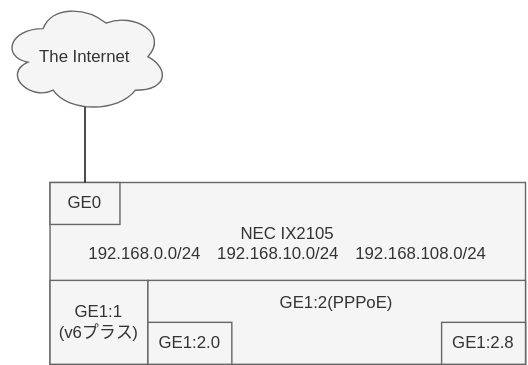
This is diagrams/software.drawio.svg from launchpencil/lp-infra, a draw.io export, as it was before one commit. Source tidied: cells renumbered, new cells last; positions are measured from the earlier drawing's top-left corner, leaving out a move shared by most shapes.
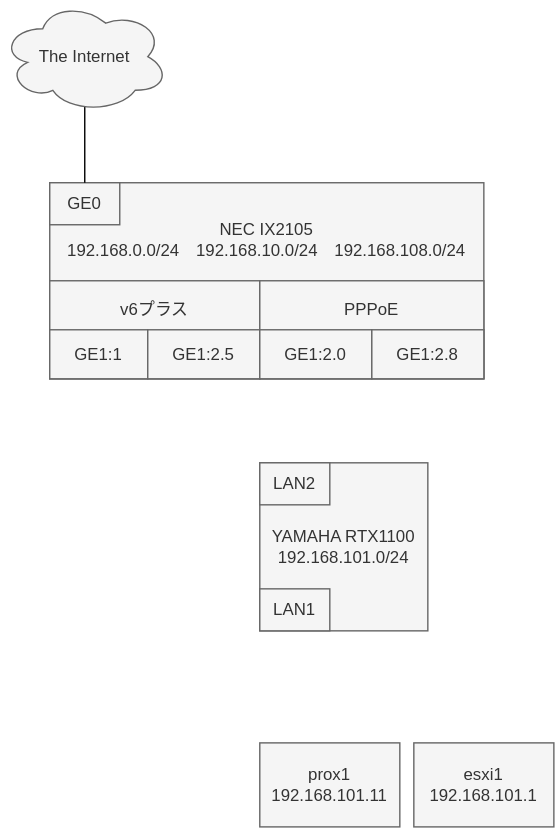
After the commit.

Diff of the diagram source:
```diff
@@ -2,8 +2,8 @@
   <root>
     <mxCell id="0" />
     <mxCell id="1" parent="0" />
-    <mxCell id="2" value="&lt;div&gt;&lt;span&gt;NEC IX2105&lt;/span&gt;&lt;/div&gt;192.168.0.0/24　192.168.10.0/24　192.168.108.0/24&lt;br&gt;&lt;br&gt;&lt;br&gt;&lt;br&gt;" style="rounded=0;whiteSpace=wrap;html=1;fillColor=#f5f5f5;strokeColor=#666666;fontColor=#333333;align=center;" parent="1" vertex="1">
-      <mxGeometry x="35" y="130" width="340" height="130" as="geometry" />
+    <mxCell id="2" value="&lt;div&gt;&lt;span&gt;NEC IX2105&lt;/span&gt;&lt;/div&gt;192.168.0.0/24　192.168.10.0/24　192.168.108.0/24&lt;br&gt;&lt;br&gt;&lt;br&gt;&lt;br&gt;&lt;br&gt;" style="rounded=0;whiteSpace=wrap;html=1;fillColor=#f5f5f5;strokeColor=#666666;fontColor=#333333;align=center;" parent="1" vertex="1">
+      <mxGeometry x="35" y="130" width="310" height="140" as="geometry" />
     </mxCell>
     <mxCell id="3" value="GE0" style="rounded=0;whiteSpace=wrap;html=1;fillColor=#f5f5f5;fontColor=#333333;strokeColor=#666666;" parent="1" vertex="1">
       <mxGeometry x="35" y="130" width="50" height="30" as="geometry" />
@@ -16,17 +16,38 @@
     <mxCell id="5" value="The Internet" style="ellipse;shape=cloud;whiteSpace=wrap;html=1;fillColor=#f5f5f5;fontColor=#333333;strokeColor=#666666;" parent="1" vertex="1">
       <mxGeometry width="120" height="80" as="geometry" />
     </mxCell>
-    <mxCell id="6" value="GE1:1&lt;br&gt;(v6プラス)" style="rounded=0;whiteSpace=wrap;html=1;fillColor=#f5f5f5;fontColor=#333333;strokeColor=#666666;" parent="1" vertex="1">
-      <mxGeometry x="35" y="200" width="70" height="60" as="geometry" />
+    <mxCell id="6" value="v6プラス&lt;br&gt;&lt;br&gt;&lt;br&gt;" style="rounded=0;whiteSpace=wrap;html=1;fillColor=#f5f5f5;fontColor=#333333;strokeColor=#666666;" parent="1" vertex="1">
+      <mxGeometry x="35" y="200" width="150" height="70" as="geometry" />
     </mxCell>
+    <mxCell id="10" value="GE1:1" style="rounded=0;whiteSpace=wrap;html=1;fillColor=#f5f5f5;fontColor=#333333;strokeColor=#666666;" parent="6" vertex="1">
+      <mxGeometry y="35" width="70" height="35" as="geometry" />
+    </mxCell>
+    <mxCell id="11" value="GE1:2.5" style="rounded=0;whiteSpace=wrap;html=1;fillColor=#f5f5f5;fontColor=#333333;strokeColor=#666666;" parent="6" vertex="1">
+      <mxGeometry x="70" y="35" width="80" height="35" as="geometry" />
+    </mxCell>
-    <mxCell id="7" value="GE1:2(PPPoE)&lt;br&gt;&lt;br&gt;&lt;br&gt;" style="rounded=0;whiteSpace=wrap;html=1;fillColor=#f5f5f5;fontColor=#333333;strokeColor=#666666;" parent="1" vertex="1">
-      <mxGeometry x="105" y="200" width="270" height="60" as="geometry" />
+    <mxCell id="7" value="PPPoE&lt;br&gt;&lt;br&gt;&lt;br&gt;" style="rounded=0;whiteSpace=wrap;html=1;fillColor=#f5f5f5;fontColor=#333333;strokeColor=#666666;" parent="1" vertex="1">
+      <mxGeometry x="185" y="200" width="160" height="70" as="geometry" />
     </mxCell>
     <mxCell id="8" value="GE1:2.0" style="rounded=0;whiteSpace=wrap;html=1;fillColor=#f5f5f5;fontColor=#333333;strokeColor=#666666;" parent="7" vertex="1">
-      <mxGeometry y="30" width="60" height="30" as="geometry" />
+      <mxGeometry y="35" width="80" height="35" as="geometry" />
     </mxCell>
     <mxCell id="9" value="GE1:2.8" style="rounded=0;whiteSpace=wrap;html=1;fillColor=#f5f5f5;fontColor=#333333;strokeColor=#666666;" parent="7" vertex="1">
-      <mxGeometry x="210" y="30" width="60" height="30" as="geometry" />
+      <mxGeometry x="80" y="35" width="80" height="35" as="geometry" />
     </mxCell>
+    <mxCell id="12" value="YAMAHA RTX1100&lt;br&gt;192.168.101.0/24" style="rounded=0;whiteSpace=wrap;html=1;fillColor=#f5f5f5;fontColor=#333333;strokeColor=#666666;" parent="1" vertex="1">
+      <mxGeometry x="185" y="330" width="120" height="120" as="geometry" />
+    </mxCell>
+    <mxCell id="13" value="LAN2" style="rounded=0;whiteSpace=wrap;html=1;fillColor=#f5f5f5;fontColor=#333333;strokeColor=#666666;" parent="1" vertex="1">
+      <mxGeometry x="185" y="330" width="50" height="30" as="geometry" />
+    </mxCell>
+    <mxCell id="14" value="LAN1" style="rounded=0;whiteSpace=wrap;html=1;fillColor=#f5f5f5;fontColor=#333333;strokeColor=#666666;" parent="1" vertex="1">
+      <mxGeometry x="185" y="420" width="50" height="30" as="geometry" />
+    </mxCell>
+    <mxCell id="15" value="prox1&lt;br&gt;192.168.101.11" style="rounded=0;whiteSpace=wrap;html=1;fillColor=#f5f5f5;fontColor=#333333;strokeColor=#666666;" parent="1" vertex="1">
+      <mxGeometry x="185" y="530" width="100" height="60" as="geometry" />
+    </mxCell>
+    <mxCell id="16" value="esxi1&lt;br&gt;192.168.101.1" style="rounded=0;whiteSpace=wrap;html=1;fillColor=#f5f5f5;fontColor=#333333;strokeColor=#666666;" parent="1" vertex="1">
+      <mxGeometry x="295" y="530" width="100" height="60" as="geometry" />
+    </mxCell>
   </root>
 </mxGraphModel>
```
